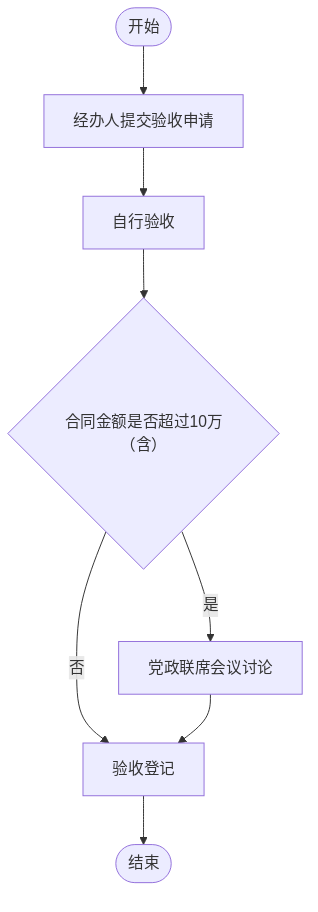
AmyIvan/work1 keeps this Mermaid diagram as outline2flow/flow_outputs/page_39.png. Above is the earlier version. Its source is kept beside it as outline2flow/mmd_outputs/page_39.mmd. The source it was exported from:
```mermaid
flowchart TD
    A([开始]) --> B[经办人提交验收申请]
    B --> C[自行验收]
    C --> D{合同金额是否超过10万（含）}
    D -->|是| E[党政联席会议讨论]
    D -->|否| F[验收登记]
    E --> F
    F --> G([结束])
```
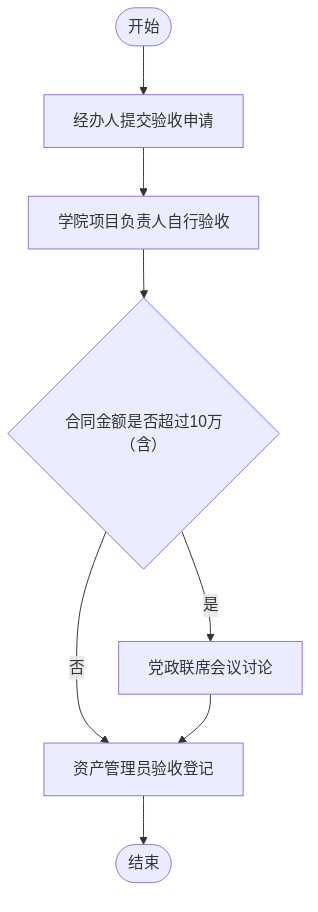
After the change.

What changed in the source:
```diff
@@ -1,8 +1,8 @@
 flowchart TD
-    A([开始]) --> B[经办人提交验收申请]
-    B --> C[自行验收]
-    C --> D{合同金额是否超过10万（含）}
-    D -->|是| E[党政联席会议讨论]
-    D -->|否| F[验收登记]
+    A(["开始"]) --> B["经办人提交验收申请"]
+    B --> C["学院项目负责人自行验收"]
+    C --> D{"合同金额是否超过10万（含）"}
+    D -->|是| E["党政联席会议讨论"]
+    D -->|否| F["资产管理员验收登记"]
     E --> F
-    F --> G([结束])
+    F --> G(["结束"])
```
